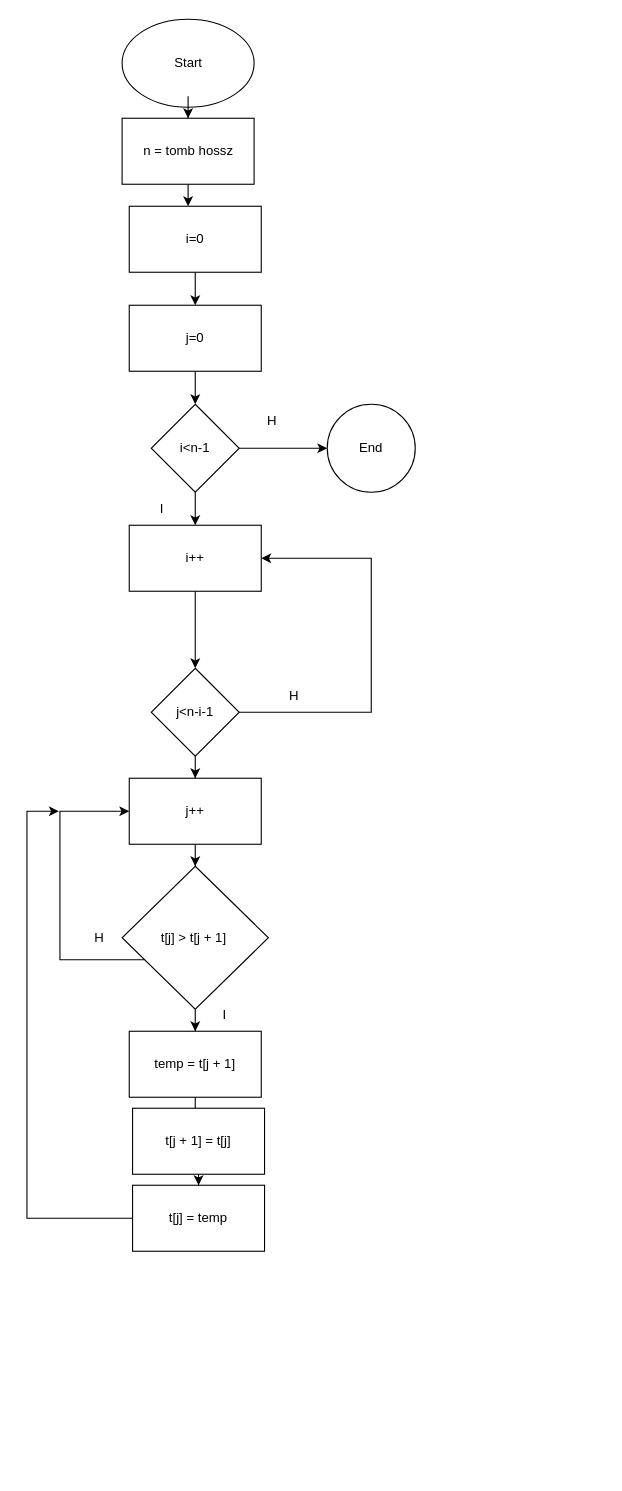
The draw.io diagram Buborek.drawio in Dani-frog/ada, before the edit. Source tidied: cells renumbered, new cells numbered last; positions are measured from the earlier drawing's top-left corner, leaving out a move shared by most shapes. Both pictures are drawn from the tidied source at 110%, with x=0, y=0 at pixel (26, 19).
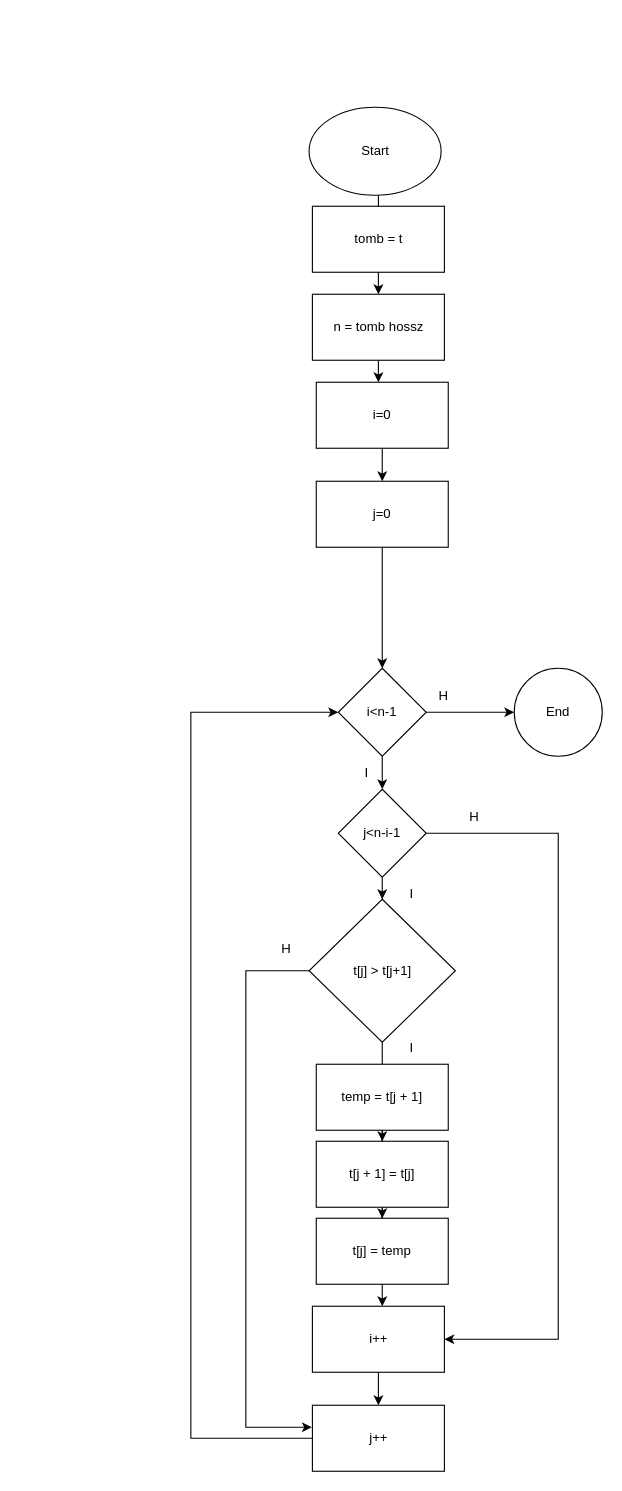
After the change.

Diff of the diagram source:
```diff
@@
     <mxCell id="2" style="edgeStyle=orthogonalEdgeStyle;rounded=0;jettySize=auto;html=1;" parent="1" edge="1" source="34" target="5">
       <mxGeometry relative="1" as="geometry">
         <Array as="points">
-          <mxPoint x="147" y="160" />
-          <mxPoint x="147" y="160" />
+          <mxPoint x="319.5" y="270" />
+          <mxPoint x="319.5" y="270" />
         </Array>
       </mxGeometry>
     </mxCell>
     <mxCell id="3" value="Start&lt;br&gt;" style="ellipse;whiteSpace=wrap;html=1;" parent="1" vertex="1">
-      <mxGeometry x="86.5" width="120" height="80" as="geometry" />
+      <mxGeometry x="256.5" y="80" width="120" height="80" as="geometry" />
     </mxCell>
@@
     <mxCell id="5" value="i=0" style="whiteSpace=wrap;html=1;" parent="1" vertex="1">
-      <mxGeometry x="93" y="170" width="120" height="60" as="geometry" />
+      <mxGeometry x="263" y="330" width="120" height="60" as="geometry" />
     </mxCell>
@@
     <mxCell id="7" value="j=0" style="whiteSpace=wrap;html=1;" parent="1" vertex="1">
-      <mxGeometry x="93" y="260" width="120" height="60" as="geometry" />
+      <mxGeometry x="263" y="420" width="120" height="60" as="geometry" />
     </mxCell>
@@
-    <mxCell id="9" style="edgeStyle=orthogonalEdgeStyle;rounded=0;jettySize=auto;html=1;" parent="1" edge="1" source="10" target="14">
-      <mxGeometry relative="1" as="geometry" />
-    </mxCell>
+    <mxCell id="35" style="edgeStyle=orthogonalEdgeStyle;rounded=0;jettySize=auto;html=1;" parent="1" edge="1" source="46" target="14">
+      <mxGeometry relative="1" as="geometry">
+        <Array as="points">
+          <mxPoint x="323" y="1020" />
+          <mxPoint x="323" y="1020" />
+        </Array>
+      </mxGeometry>
+    </mxCell>
     <mxCell id="10" value="i&amp;lt;n-1" style="rhombus;whiteSpace=wrap;html=1;" parent="1" vertex="1">
-      <mxGeometry x="113" y="350" width="80" height="80" as="geometry" />
+      <mxGeometry x="283" y="590" width="80" height="80" as="geometry" />
     </mxCell>
     <mxCell id="11" value="End&lt;br&gt;" style="ellipse;whiteSpace=wrap;html=1;" parent="1" vertex="1">
-      <mxGeometry x="273" y="350" width="80" height="80" as="geometry" />
+      <mxGeometry x="443" y="590" width="80" height="80" as="geometry" />
     </mxCell>
-    <mxCell id="12" value="H&lt;br&gt;" style="text;html=1;strokeColor=none;fillColor=none;align=center;verticalAlign=middle;whiteSpace=wrap;rounded=0;" parent="1" vertex="1">
-      <mxGeometry x="193" y="350" width="60" height="30" as="geometry" />
-    </mxCell>
-    <mxCell id="13" style="edgeStyle=orthogonalEdgeStyle;rounded=0;jettySize=auto;html=1;" parent="1" edge="1" source="14" target="18">
-      <mxGeometry relative="1" as="geometry" />
-    </mxCell>
+    <mxCell id="36" value="I&lt;br&gt;" style="text;html=1;strokeColor=none;fillColor=none;align=center;verticalAlign=middle;whiteSpace=wrap;rounded=0;" parent="1" vertex="1">
+      <mxGeometry x="279" y="670" width="60" height="30" as="geometry" />
+    </mxCell>
+    <mxCell id="16" style="edgeStyle=orthogonalEdgeStyle;rounded=0;jettySize=auto;html=1;entryX=1;entryY=0.5;entryDx=0;entryDy=0;" parent="1" edge="1" source="18" target="14">
+      <mxGeometry relative="1" as="geometry">
+        <Array as="points">
+          <mxPoint x="483" y="740" />
+          <mxPoint x="483" y="1200" />
+        </Array>
+      </mxGeometry>
+    </mxCell>
+    <mxCell id="37" style="edgeStyle=orthogonalEdgeStyle;rounded=0;jettySize=auto;html=1;" parent="1" edge="1" source="14" target="21">
+      <mxGeometry relative="1" as="geometry" />
+    </mxCell>
     <mxCell id="14" value="i++&lt;br&gt;" style="whiteSpace=wrap;html=1;" parent="1" vertex="1">
-      <mxGeometry x="93" y="460" width="120" height="60" as="geometry" />
+      <mxGeometry x="259.5" y="1170" width="120" height="60" as="geometry" />
     </mxCell>
-    <mxCell id="15" value="I&lt;br&gt;" style="text;html=1;strokeColor=none;fillColor=none;align=center;verticalAlign=middle;whiteSpace=wrap;rounded=0;" parent="1" vertex="1">
-      <mxGeometry x="93" y="430" width="60" height="30" as="geometry" />
-    </mxCell>
-    <mxCell id="16" style="edgeStyle=orthogonalEdgeStyle;rounded=0;jettySize=auto;html=1;entryX=1;entryY=0.5;entryDx=0;entryDy=0;" parent="1" edge="1" source="18" target="14">
-      <mxGeometry relative="1" as="geometry">
-        <Array as="points">
-          <mxPoint x="313" y="630" />
-          <mxPoint x="313" y="490" />
-        </Array>
-      </mxGeometry>
-    </mxCell>
-    <mxCell id="17" style="edgeStyle=orthogonalEdgeStyle;rounded=0;jettySize=auto;html=1;" parent="1" edge="1" source="18" target="21">
-      <mxGeometry relative="1" as="geometry" />
-    </mxCell>
-    <mxCell id="18" value="j&amp;lt;n-i-1" style="rhombus;whiteSpace=wrap;html=1;" parent="1" vertex="1">
-      <mxGeometry x="113" y="590" width="80" height="80" as="geometry" />
-    </mxCell>
-    <mxCell id="19" value="H" style="text;html=1;strokeColor=none;fillColor=none;align=center;verticalAlign=middle;whiteSpace=wrap;rounded=0;" parent="1" vertex="1">
-      <mxGeometry x="213" y="600" width="60" height="30" as="geometry" />
-    </mxCell>
-    <mxCell id="20" style="edgeStyle=orthogonalEdgeStyle;rounded=0;jettySize=auto;html=1;" parent="1" edge="1" source="21" target="24">
-      <mxGeometry relative="1" as="geometry" />
-    </mxCell>
+    <mxCell id="38" value="H" style="text;html=1;strokeColor=none;fillColor=none;align=center;verticalAlign=middle;whiteSpace=wrap;rounded=0;" parent="1" vertex="1">
+      <mxGeometry x="349" y="600" width="60" height="30" as="geometry" />
+    </mxCell>
+    <mxCell id="39" style="edgeStyle=orthogonalEdgeStyle;rounded=0;jettySize=auto;html=1;entryX=0;entryY=0.5;entryDx=0;entryDy=0;" parent="1" edge="1" source="21" target="10">
+      <mxGeometry relative="1" as="geometry">
+        <Array as="points">
+          <mxPoint x="149" y="1290" />
+          <mxPoint x="149" y="630" />
+        </Array>
+      </mxGeometry>
+    </mxCell>
     <mxCell id="21" value="j++" style="whiteSpace=wrap;html=1;" parent="1" vertex="1">
-      <mxGeometry x="93" y="690" width="120" height="60" as="geometry" />
+      <mxGeometry x="259.5" y="1260" width="120" height="60" as="geometry" />
     </mxCell>
-    <mxCell id="22" style="edgeStyle=orthogonalEdgeStyle;rounded=0;jettySize=auto;html=1;" parent="1" edge="1" source="24" target="26">
-      <mxGeometry relative="1" as="geometry" />
-    </mxCell>
-    <mxCell id="23" style="edgeStyle=orthogonalEdgeStyle;rounded=0;jettySize=auto;html=1;entryX=0;entryY=0.5;entryDx=0;entryDy=0;" parent="1" edge="1" source="24" target="21">
-      <mxGeometry relative="1" as="geometry">
-        <Array as="points">
-          <mxPoint x="30" y="855" />
-          <mxPoint x="30" y="720" />
-        </Array>
-      </mxGeometry>
-    </mxCell>
-    <mxCell id="24" value="t[j] &amp;gt; t[j + 1]&amp;nbsp;" style="rhombus;whiteSpace=wrap;html=1;" parent="1" vertex="1">
-      <mxGeometry x="86.5" y="770" width="133" height="130" as="geometry" />
-    </mxCell>
+    <mxCell id="40" style="edgeStyle=orthogonalEdgeStyle;rounded=0;jettySize=auto;html=1;" parent="1" edge="1" source="46">
+      <mxGeometry relative="1" as="geometry">
+        <mxPoint x="259" y="1280" as="targetPoint" />
+        <Array as="points">
+          <mxPoint x="199" y="865" />
+          <mxPoint x="199" y="1280" />
+        </Array>
+      </mxGeometry>
+    </mxCell>
@@
     <mxCell id="26" value="temp = t[j + 1]" style="whiteSpace=wrap;html=1;" parent="1" vertex="1">
-      <mxGeometry x="93" y="920" width="120" height="60" as="geometry" />
+      <mxGeometry x="263" y="950" width="120" height="60" as="geometry" />
     </mxCell>
@@
     <mxCell id="28" value="t[j + 1] = t[j]" style="whiteSpace=wrap;html=1;" parent="1" vertex="1">
-      <mxGeometry x="96" y="990" width="120" height="60" as="geometry" />
+      <mxGeometry x="263" y="1020" width="120" height="60" as="geometry" />
     </mxCell>
-    <mxCell id="29" style="edgeStyle=orthogonalEdgeStyle;rounded=0;jettySize=auto;html=1;" parent="1" edge="1" source="30">
-      <mxGeometry relative="1" as="geometry">
-        <mxPoint x="29" y="720" as="targetPoint" />
-        <Array as="points">
-          <mxPoint y="1090" />
-        </Array>
-      </mxGeometry>
-    </mxCell>
     <mxCell id="30" value="t[j] = temp" style="whiteSpace=wrap;html=1;" parent="1" vertex="1">
-      <mxGeometry x="96" y="1060" width="120" height="60" as="geometry" />
+      <mxGeometry x="263" y="1090" width="120" height="60" as="geometry" />
     </mxCell>
-    <mxCell id="31" value="I&lt;br&gt;" style="text;html=1;strokeColor=none;fillColor=none;align=center;verticalAlign=middle;whiteSpace=wrap;rounded=0;" parent="1" vertex="1">
-      <mxGeometry x="150" y="890" width="60" height="30" as="geometry" />
-    </mxCell>
-    <mxCell id="32" value="H&lt;br&gt;" style="text;html=1;strokeColor=none;fillColor=none;align=center;verticalAlign=middle;whiteSpace=wrap;rounded=0;" parent="1" vertex="1">
-      <mxGeometry x="36" y="820" width="60" height="30" as="geometry" />
-    </mxCell>
+    <mxCell id="41" value="I&lt;br&gt;" style="text;html=1;strokeColor=none;fillColor=none;align=center;verticalAlign=middle;whiteSpace=wrap;rounded=0;" parent="1" vertex="1">
+      <mxGeometry x="319.5" y="920" width="60" height="30" as="geometry" />
+    </mxCell>
+    <mxCell id="42" value="H&lt;br&gt;" style="text;html=1;strokeColor=none;fillColor=none;align=center;verticalAlign=middle;whiteSpace=wrap;rounded=0;" parent="1" vertex="1">
+      <mxGeometry x="206" y="830" width="60" height="30" as="geometry" />
+    </mxCell>
     <mxCell id="33" style="edgeStyle=orthogonalEdgeStyle;rounded=0;jettySize=auto;html=1;" parent="1" edge="1" source="3" target="34">
-      <mxGeometry relative="1" as="geometry" />
+      <mxGeometry relative="1" as="geometry">
+        <Array as="points">
+          <mxPoint x="319.5" y="240" />
+          <mxPoint x="319.5" y="240" />
+        </Array>
+      </mxGeometry>
     </mxCell>
-    <mxCell id="34" value="n = tomb hossz&lt;br&gt;" style="rounded=0;whiteSpace=wrap;html=1;" parent="1" vertex="1">
-      <mxGeometry x="86.5" y="90" width="120" height="60" as="geometry" />
+    <mxCell id="34" value="n = tomb hossz" style="rounded=0;whiteSpace=wrap;html=1;" parent="1" vertex="1">
+      <mxGeometry x="259.5" y="250" width="120" height="60" as="geometry" />
     </mxCell>
+    <mxCell id="43" value="tomb = t" style="rounded=0;whiteSpace=wrap;html=1;" parent="1" vertex="1">
+      <mxGeometry x="259.5" y="170" width="120" height="60" as="geometry" />
+    </mxCell>
+    <mxCell id="44" style="edgeStyle=orthogonalEdgeStyle;rounded=0;jettySize=auto;html=1;" parent="1" edge="1" source="10" target="18">
+      <mxGeometry relative="1" as="geometry" />
+    </mxCell>
+    <mxCell id="18" value="j&amp;lt;n-i-1" style="rhombus;whiteSpace=wrap;html=1;" parent="1" vertex="1">
+      <mxGeometry x="283" y="700" width="80" height="80" as="geometry" />
+    </mxCell>
+    <mxCell id="45" style="edgeStyle=orthogonalEdgeStyle;rounded=0;jettySize=auto;html=1;" parent="1" edge="1" source="18" target="46">
+      <mxGeometry relative="1" as="geometry" />
+    </mxCell>
+    <mxCell id="46" value="t[j] &amp;gt; t[j+1]" style="rhombus;whiteSpace=wrap;html=1;" parent="1" vertex="1">
+      <mxGeometry x="256.5" y="800" width="133" height="130" as="geometry" />
+    </mxCell>
+    <mxCell id="47" value="H" style="text;html=1;strokeColor=none;fillColor=none;align=center;verticalAlign=middle;whiteSpace=wrap;rounded=0;" parent="1" vertex="1">
+      <mxGeometry x="376.5" y="710" width="60" height="30" as="geometry" />
+    </mxCell>
+    <mxCell id="48" value="I&lt;br&gt;" style="text;html=1;strokeColor=none;fillColor=none;align=center;verticalAlign=middle;whiteSpace=wrap;rounded=0;" parent="1" vertex="1">
+      <mxGeometry x="319.5" y="780" width="60" height="30" as="geometry" />
+    </mxCell>
```
